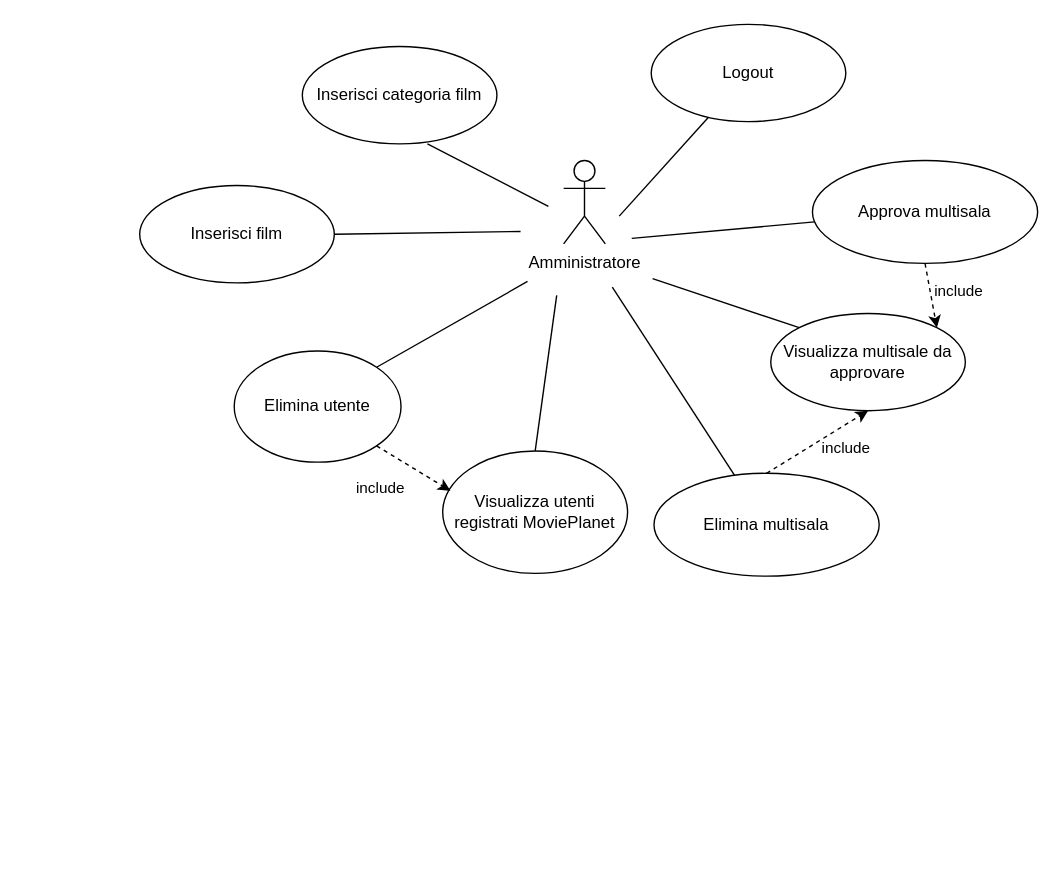
The draw.io diagram page "Casi d'uso Amministratore" (6 of 6) of users.drawio in michelafarruggia/SEBD, before the edit. Source tidied: cells renumbered, new cells numbered last; positions are measured from the earlier drawing's top-left corner, leaving out a move shared by most shapes. Both pictures are drawn from the tidied source at 139%, with x=0, y=0 at pixel (139, 24).
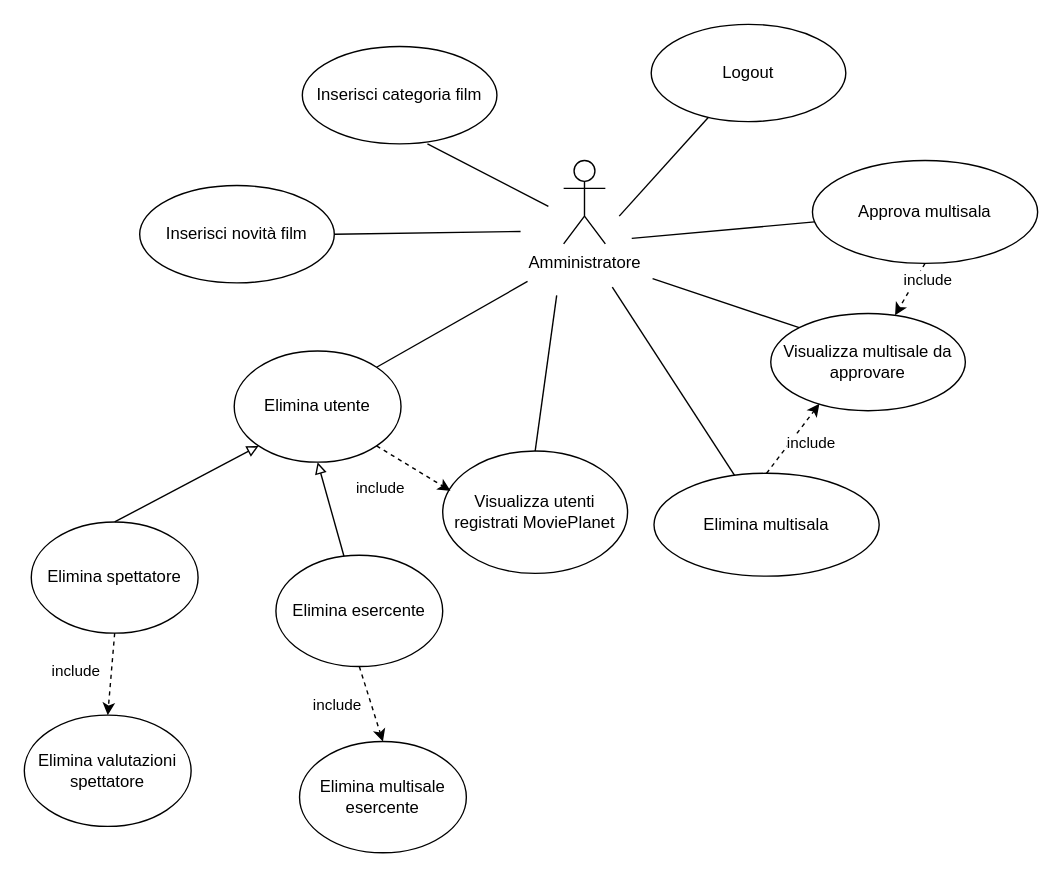
The same diagram, later.

Commit message (it also covers changes not shown here):
update use cases

Unchanged cells that the change refers to:
```xml
<mxCell id="4" value="Approva multisala" style="ellipse;whiteSpace=wrap;html=1;" parent="1" vertex="1">
  <mxGeometry x="484" y="98" width="162" height="74" as="geometry" />
</mxCell>
<mxCell id="5" value="Visualizza multisale da approvare" style="ellipse;whiteSpace=wrap;html=1;" parent="1" vertex="1">
  <mxGeometry x="454" y="208" width="140" height="70" as="geometry" />
</mxCell>
<mxCell id="10" value="Elimina multisala" style="ellipse;whiteSpace=wrap;html=1;" parent="1" vertex="1">
  <mxGeometry x="370" y="323" width="162" height="74" as="geometry" />
</mxCell>
<mxCell id="19" value="Elimina utente" style="ellipse;whiteSpace=wrap;html=1;" parent="1" vertex="1">
  <mxGeometry x="68" y="235" width="120" height="80" as="geometry" />
</mxCell>
```

What changed in the source:
```diff
@@
-    <mxCell id="8" style="endArrow=classic;html=1;rounded=0;dashed=1;exitX=0.5;exitY=1;exitDx=0;exitDy=0;entryX=1;entryY=0;entryDx=0;entryDy=0;" parent="1" edge="1" source="4" target="5">
+    <mxCell id="8" style="endArrow=classic;html=1;rounded=0;dashed=1;exitX=0.5;exitY=1;exitDx=0;exitDy=0;" parent="1" edge="1" source="4" target="5">
       <mxGeometry relative="1" as="geometry" />
     </mxCell>
@@
-    <mxCell id="11" style="endArrow=classic;html=1;rounded=0;dashed=1;exitX=0.5;exitY=0;exitDx=0;exitDy=0;entryX=0.5;entryY=1;entryDx=0;entryDy=0;" parent="1" edge="1" source="10" target="5">
+    <mxCell id="11" style="endArrow=classic;html=1;rounded=0;dashed=1;exitX=0.5;exitY=0;exitDx=0;exitDy=0;entryX=0.25;entryY=0.929;entryDx=0;entryDy=0;entryPerimeter=0;" parent="1" edge="1" source="10" target="5">
       <mxGeometry relative="1" as="geometry" />
     </mxCell>
@@
-    <mxCell id="16" value="Inserisci film" style="ellipse;whiteSpace=wrap;html=1;" parent="1" vertex="1">
+    <mxCell id="16" value="Inserisci novità film" style="ellipse;whiteSpace=wrap;html=1;" parent="1" vertex="1">
       <mxGeometry y="116" width="140" height="70" as="geometry" />
     </mxCell>
@@
+    <mxCell id="25" value="Elimina spettatore" style="ellipse;whiteSpace=wrap;html=1;" parent="1" vertex="1">
+      <mxGeometry x="-78" y="358" width="120" height="80" as="geometry" />
+    </mxCell>
+    <mxCell id="26" value="Elimina esercente" style="ellipse;whiteSpace=wrap;html=1;" parent="1" vertex="1">
+      <mxGeometry x="98" y="382" width="120" height="80" as="geometry" />
+    </mxCell>
+    <mxCell id="27" style="endArrow=block;html=1;rounded=0;exitX=0.5;exitY=0;exitDx=0;exitDy=0;endFill=0;entryX=0;entryY=1;entryDx=0;entryDy=0;" parent="1" edge="1" source="25" target="19">
+      <mxGeometry relative="1" as="geometry" />
+    </mxCell>
+    <mxCell id="28" style="endArrow=block;html=1;rounded=0;entryX=0.5;entryY=1;entryDx=0;entryDy=0;endFill=0;" parent="1" edge="1" source="26" target="19">
+      <mxGeometry relative="1" as="geometry" />
+    </mxCell>
+    <mxCell id="29" style="endArrow=classic;html=1;rounded=0;dashed=1;exitX=0.5;exitY=1;exitDx=0;exitDy=0;entryX=0.5;entryY=0;entryDx=0;entryDy=0;" parent="1" edge="1" source="25" target="33">
+      <mxGeometry relative="1" as="geometry" />
+    </mxCell>
+    <mxCell id="30" value="include" style="edgeLabel;html=1;align=center;verticalAlign=middle;" parent="29" vertex="1">
+      <mxGeometry x="0.48" y="-2" relative="1" as="geometry">
+        <mxPoint x="-23" y="-17" as="offset" />
+      </mxGeometry>
+    </mxCell>
+    <mxCell id="31" style="endArrow=classic;html=1;rounded=0;dashed=1;exitX=0.5;exitY=1;exitDx=0;exitDy=0;entryX=0.5;entryY=0;entryDx=0;entryDy=0;" parent="1" edge="1" source="26" target="34">
+      <mxGeometry relative="1" as="geometry" />
+    </mxCell>
+    <mxCell id="32" value="include" style="edgeLabel;html=1;align=center;verticalAlign=middle;" parent="31" vertex="1">
+      <mxGeometry x="0.48" y="-2" relative="1" as="geometry">
+        <mxPoint x="-27" y="-13" as="offset" />
+      </mxGeometry>
+    </mxCell>
+    <mxCell id="33" value="Elimina valutazioni spettatore" style="ellipse;whiteSpace=wrap;html=1;" parent="1" vertex="1">
+      <mxGeometry x="-83" y="497" width="120" height="80" as="geometry" />
+    </mxCell>
+    <mxCell id="34" value="Elimina multisale esercente" style="ellipse;whiteSpace=wrap;html=1;" parent="1" vertex="1">
+      <mxGeometry x="115" y="516" width="120" height="80" as="geometry" />
+    </mxCell>
```
